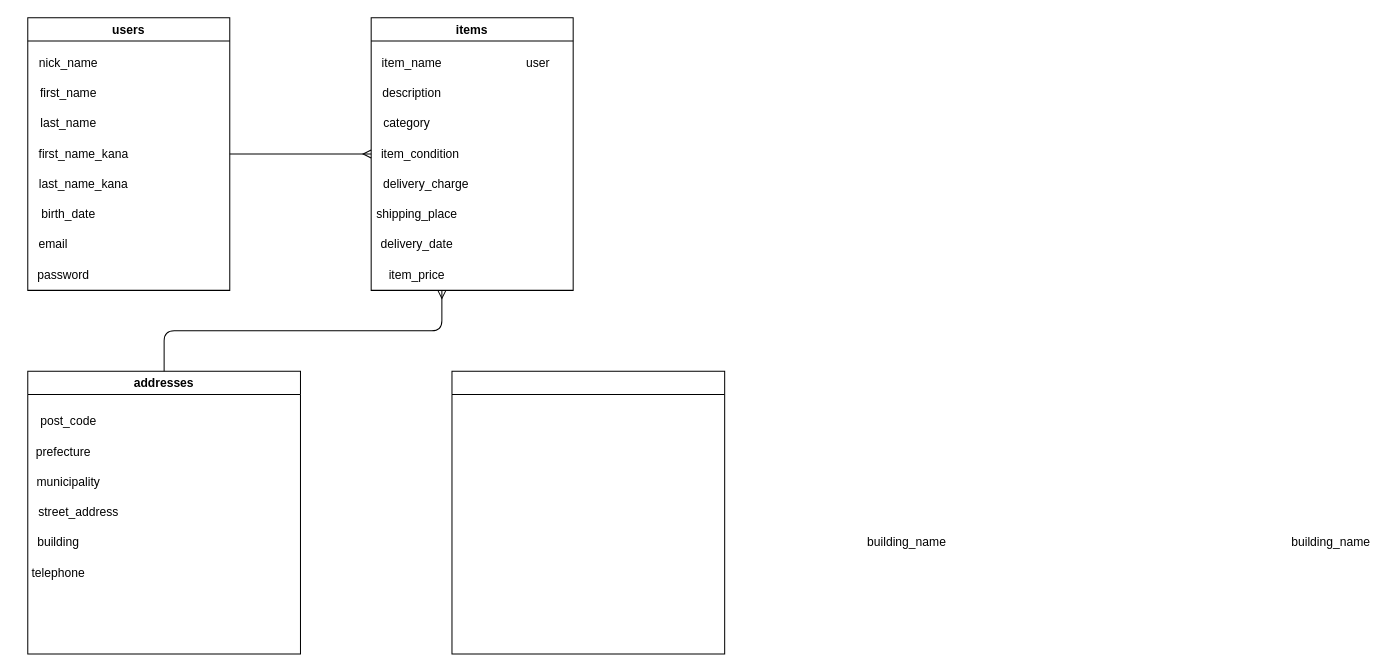
Before: test.dio in CrazyDiamond777/furima-40166, a draw.io diagram. Source tidied: cells renumbered, new cells numbered last; positions are measured from the earlier drawing's top-left corner, leaving out a move shared by most shapes. Both pictures are drawn from the tidied source at 101%, with x=0, y=0 at pixel (17, 17).
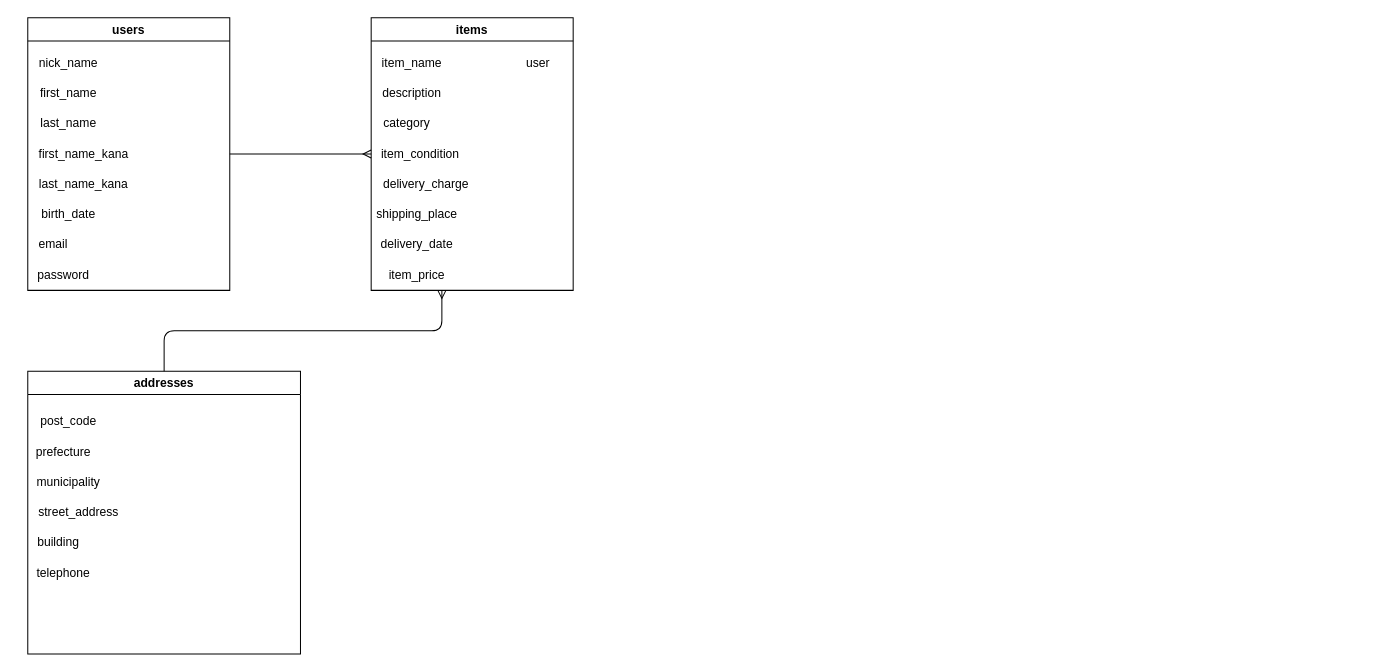
Above is the later version.

Commit message (it also covers changes not shown here):
データベース設計

The change refers to these unchanged cells:
```xml
<mxCell id="11" value="addresses" style="swimlane;" parent="1" vertex="1">
  <mxGeometry x="10" y="350" width="270" height="280" as="geometry" />
</mxCell>
```

Change to the diagram source:
```diff
@@
-    <mxCell id="15" value="building_name" style="text;html=1;align=center;verticalAlign=middle;strokeColor=none;fillColor=none;" parent="11" vertex="1">
-      <mxGeometry x="820" y="155" width="100" height="30" as="geometry" />
-    </mxCell>
@@
     <mxCell id="17" value="telephone" style="text;html=1;align=center;verticalAlign=middle;strokeColor=none;fillColor=none;" parent="11" vertex="1">
-      <mxGeometry x="-10" y="185" width="80" height="30" as="geometry" />
+      <mxGeometry x="-5" y="185" width="80" height="30" as="geometry" />
     </mxCell>
@@
-    <mxCell id="31" style="swimlane;" parent="1" vertex="1">
-      <mxGeometry x="430" y="350" width="270" height="280" as="geometry" />
-    </mxCell>
-    <mxCell id="32" value="building_name" style="text;html=1;align=center;verticalAlign=middle;strokeColor=none;fillColor=none;" parent="31" vertex="1">
-      <mxGeometry x="820" y="155" width="100" height="30" as="geometry" />
-    </mxCell>
```
